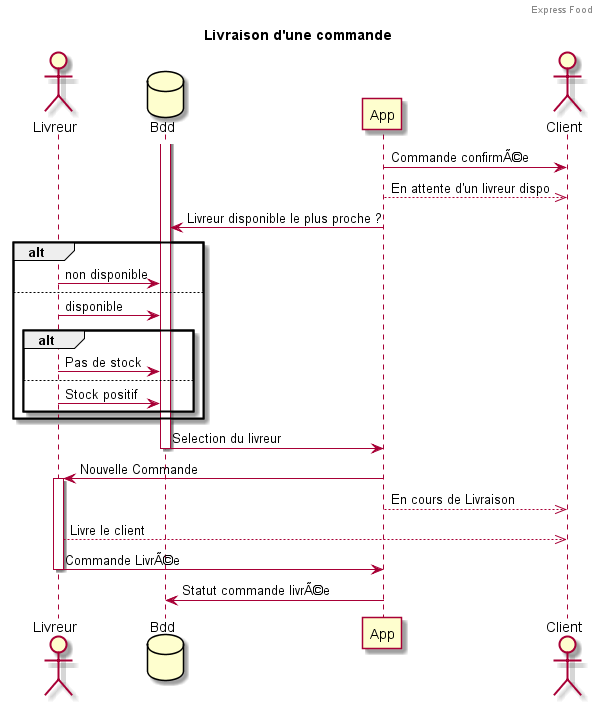
Before: Deliverer.png, a diagram exported from PlantUML (ArtGM/express-food). Its diagram source:
```plantuml
@startuml
header Express Food
title  Livraison d'une commande
actor Livreur
database Bdd
participant App
actor Client
Client <- App: Commande confirmÃ©e
App -->> Client: En attente d'un livreur dispo
App -> Bdd: Livreur disponible le plus proche ?
alt
Livreur -> Bdd: non disponible
else
Livreur -> Bdd: disponible
  alt
  Livreur -> Bdd: Pas de stock
  else
  Livreur -> Bdd: Stock positif
  end
end
activate Bdd
Bdd -> App: Selection du livreur
deactivate Bdd
App -> Livreur: Nouvelle Commande
activate Livreur
App -->> Client: En cours de Livraison
Livreur -->> Client: Livre le client
Livreur -> App: Commande LivrÃ©e
deactivate Livreur
App -> Bdd: Statut commande livrÃ©e
@enduml
```
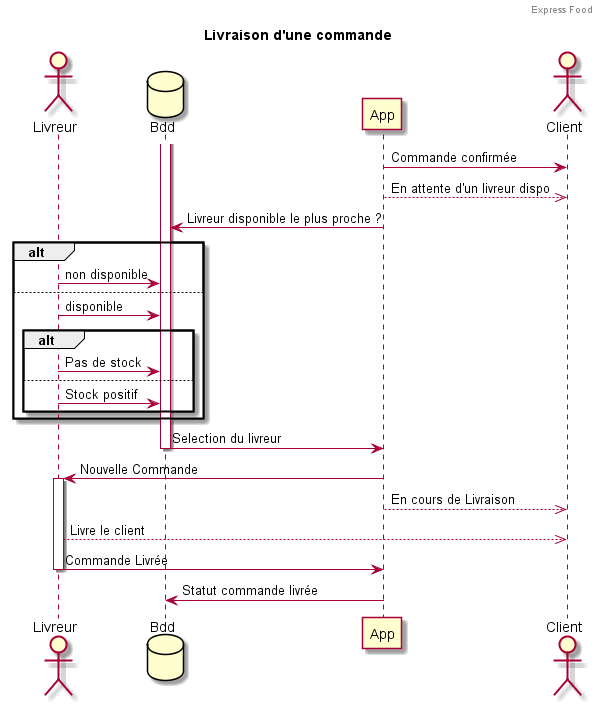
After the commit.

Diff of the diagram source:
```diff
@@ -5,7 +5,7 @@
 database Bdd
 participant App
 actor Client
-Client <- App: Commande confirmÃ©e
+Client <- App: Commande confirmée
 App -->> Client: En attente d'un livreur dispo
 App -> Bdd: Livreur disponible le plus proche ?
 alt
@@ -25,7 +25,7 @@
 activate Livreur
 App -->> Client: En cours de Livraison
 Livreur -->> Client: Livre le client
-Livreur -> App: Commande LivrÃ©e
+Livreur -> App: Commande Livrée
 deactivate Livreur
-App -> Bdd: Statut commande livrÃ©e
+App -> Bdd: Statut commande livrée
 @enduml
```
